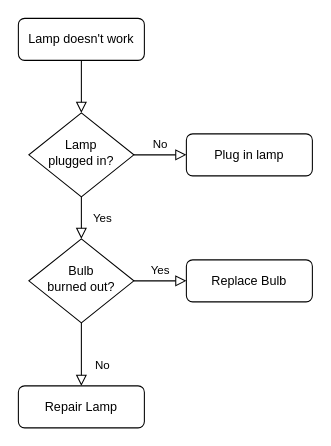
The draw.io diagram Untitled Diagram.drawio in anadawan/draw.io-diagrams, before the edit. Source tidied: cells renumbered, new cells numbered last; positions are measured from the earlier drawing's top-left corner, leaving out a move shared by most shapes. Both pictures are drawn from the tidied source at 105%, with x=0, y=0 at pixel (18, 18).
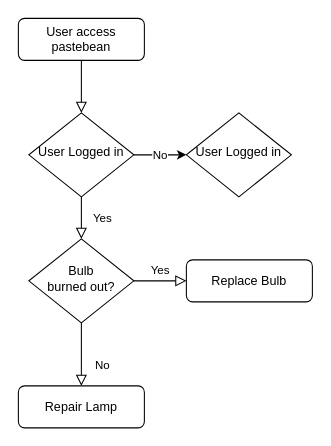
Above is the later version.

The edit, as a diff of the source:
```diff
@@
 <mxGraphModel>
   <root>
     <mxCell id="0" />
     <mxCell id="1" parent="0" />
     <mxCell id="2" style="rounded=0;html=1;jettySize=auto;fontSize=11;endArrow=block;endFill=0;endSize=8;strokeWidth=1;shadow=0;labelBackgroundColor=none;edgeStyle=orthogonalEdgeStyle;" parent="1" edge="1" source="3" target="6">
       <mxGeometry relative="1" as="geometry" />
     </mxCell>
-    <mxCell id="3" value="Lamp doesn't work" style="rounded=1;whiteSpace=wrap;html=1;fontSize=12;glass=0;strokeWidth=1;shadow=0;" parent="1" vertex="1">
+    <mxCell id="3" value="User access pastebean" style="rounded=1;whiteSpace=wrap;html=1;fontSize=12;glass=0;strokeWidth=1;shadow=0;" parent="1" vertex="1">
       <mxGeometry width="120" height="40" as="geometry" />
     </mxCell>
     <mxCell id="4" value="Yes" style="rounded=0;html=1;jettySize=auto;fontSize=11;endArrow=block;endFill=0;endSize=8;strokeWidth=1;shadow=0;labelBackgroundColor=none;edgeStyle=orthogonalEdgeStyle;" parent="1" edge="1" source="6" target="10">
       <mxGeometry y="20" relative="1" as="geometry" />
     </mxCell>
-    <mxCell id="5" value="No" style="edgeStyle=orthogonalEdgeStyle;rounded=0;html=1;jettySize=auto;fontSize=11;endArrow=block;endFill=0;endSize=8;strokeWidth=1;shadow=0;labelBackgroundColor=none;" parent="1" edge="1" source="6" target="7">
-      <mxGeometry y="10" relative="1" as="geometry" />
+    <mxCell id="5" value="&lt;div&gt;No&lt;/div&gt;" style="edgeStyle=orthogonalEdgeStyle;rounded=0;jettySize=auto;html=1;" parent="1" edge="1" source="6" target="13">
+      <mxGeometry relative="1" as="geometry" />
     </mxCell>
-    <mxCell id="6" value="Lamp&lt;br&gt;plugged in?" style="rhombus;whiteSpace=wrap;html=1;shadow=0;fontFamily=Helvetica;fontSize=12;align=center;strokeWidth=1;spacing=6;spacingTop=-4;" parent="1" vertex="1">
+    <mxCell id="6" value="User Logged in" style="rhombus;whiteSpace=wrap;html=1;shadow=0;fontFamily=Helvetica;fontSize=12;align=center;strokeWidth=1;spacing=6;spacingTop=-4;" parent="1" vertex="1">
       <mxGeometry x="10" y="90" width="100" height="80" as="geometry" />
     </mxCell>
-    <mxCell id="7" value="Plug in lamp" style="rounded=1;whiteSpace=wrap;html=1;fontSize=12;glass=0;strokeWidth=1;shadow=0;" parent="1" vertex="1">
-      <mxGeometry x="160" y="110" width="120" height="40" as="geometry" />
-    </mxCell>
     <mxCell id="8" value="No" style="rounded=0;html=1;jettySize=auto;fontSize=11;endArrow=block;endFill=0;endSize=8;strokeWidth=1;shadow=0;labelBackgroundColor=none;edgeStyle=orthogonalEdgeStyle;" parent="1" edge="1" source="10" target="11">
       <mxGeometry x="0.33" y="20" relative="1" as="geometry" />
     </mxCell>
     <mxCell id="9" value="Yes" style="edgeStyle=orthogonalEdgeStyle;rounded=0;html=1;jettySize=auto;fontSize=11;endArrow=block;endFill=0;endSize=8;strokeWidth=1;shadow=0;labelBackgroundColor=none;" parent="1" edge="1" source="10" target="12">
       <mxGeometry y="10" relative="1" as="geometry" />
     </mxCell>
     <mxCell id="10" value="Bulb&lt;br&gt;burned out?" style="rhombus;whiteSpace=wrap;html=1;shadow=0;fontFamily=Helvetica;fontSize=12;align=center;strokeWidth=1;spacing=6;spacingTop=-4;" parent="1" vertex="1">
       <mxGeometry x="10" y="210" width="100" height="80" as="geometry" />
     </mxCell>
     <mxCell id="11" value="Repair Lamp" style="rounded=1;whiteSpace=wrap;html=1;fontSize=12;glass=0;strokeWidth=1;shadow=0;" parent="1" vertex="1">
       <mxGeometry y="350" width="120" height="40" as="geometry" />
     </mxCell>
     <mxCell id="12" value="Replace Bulb" style="rounded=1;whiteSpace=wrap;html=1;fontSize=12;glass=0;strokeWidth=1;shadow=0;" parent="1" vertex="1">
       <mxGeometry x="160" y="230" width="120" height="40" as="geometry" />
     </mxCell>
+    <mxCell id="13" value="User Logged in" style="rhombus;whiteSpace=wrap;html=1;shadow=0;fontFamily=Helvetica;fontSize=12;align=center;strokeWidth=1;spacing=6;spacingTop=-4;" parent="1" vertex="1">
+      <mxGeometry x="160" y="90" width="100" height="80" as="geometry" />
+    </mxCell>
   </root>
 </mxGraphModel>
```
